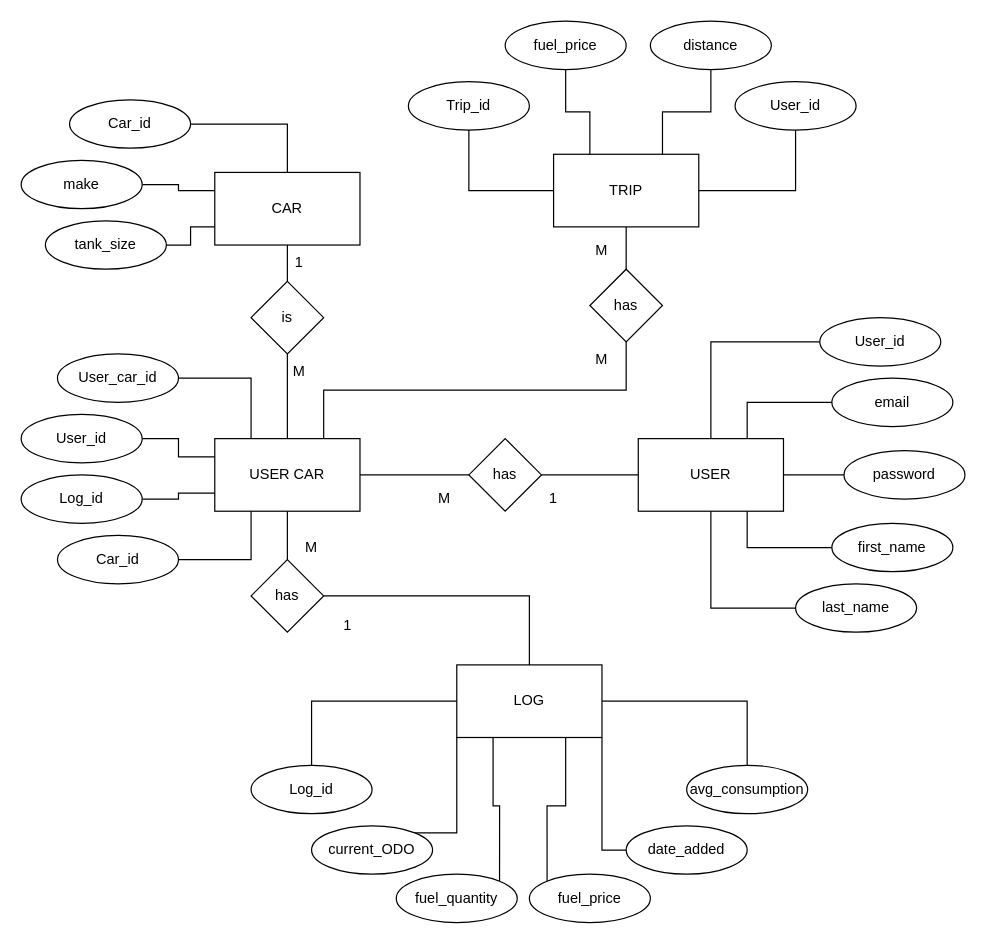
The draw.io diagram Fuel-log-API.drawio in jordansaker/ERDs, before the edit. Source tidied: cells renumbered, new cells numbered last; positions are measured from the earlier drawing's top-left corner, leaving out a move shared by most shapes. Both pictures are drawn from the tidied source at 121%, with x=0, y=0 at pixel (21, 21).
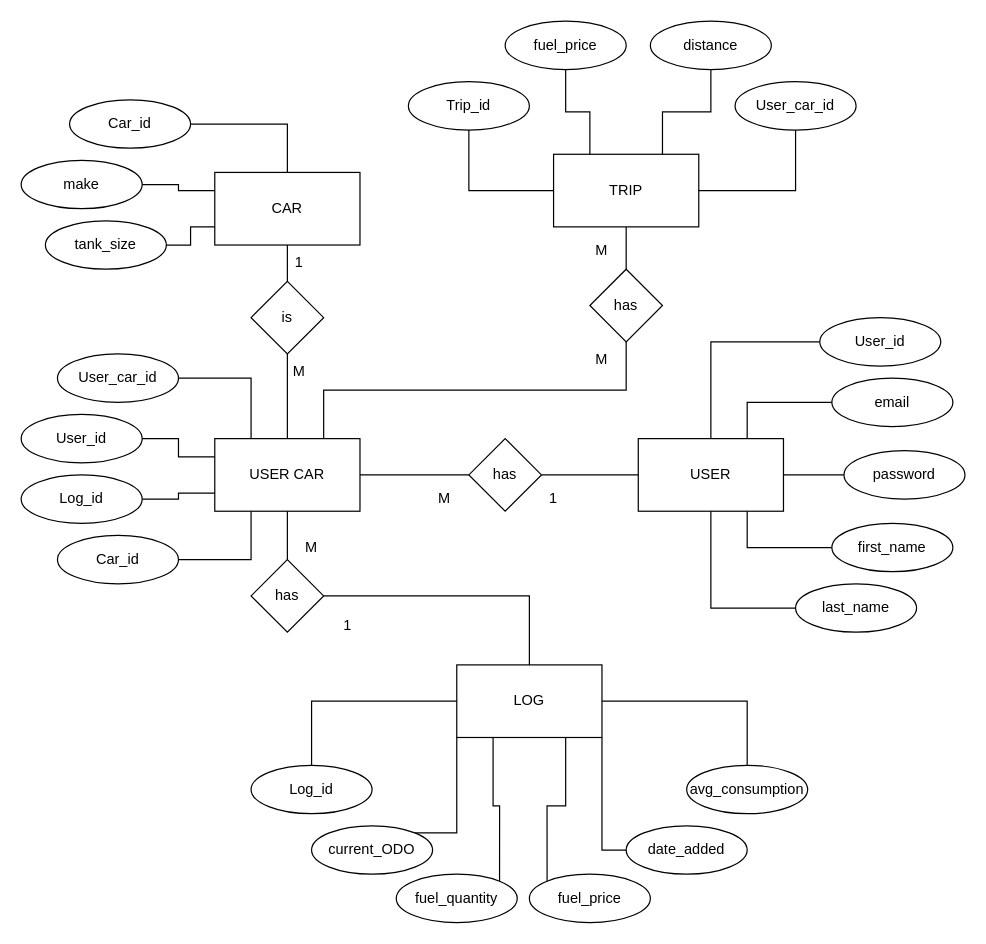
The same page after the edit.

Diff of the diagram source:
```diff
@@
-    <mxCell id="56" value="User_id" style="ellipse;whiteSpace=wrap;html=1;" parent="1" vertex="1">
+    <mxCell id="56" value="User_car_id" style="ellipse;whiteSpace=wrap;html=1;" parent="1" vertex="1">
       <mxGeometry x="590" y="50" width="100" height="40" as="geometry" />
     </mxCell>
```
